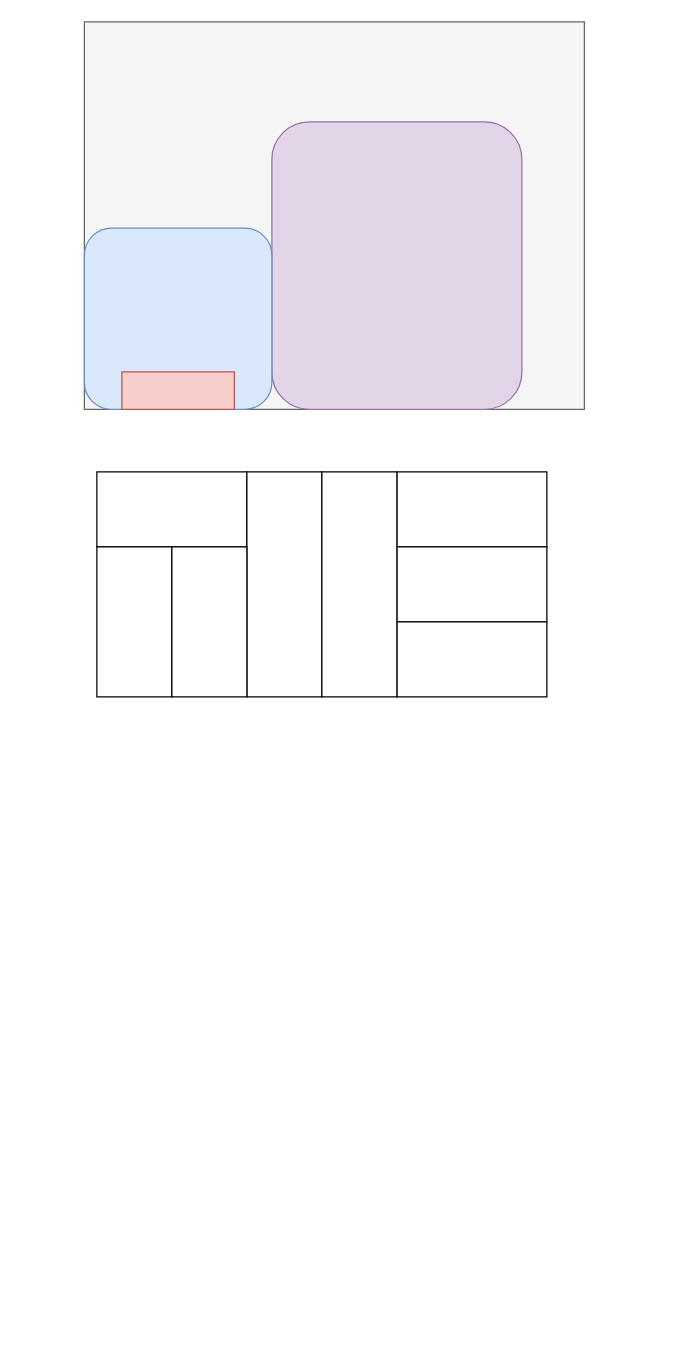
The draw.io diagram testaaaa.drawio in allendang001/charts, before the edit. Source tidied: cells renumbered, new cells numbered last; positions are measured from the earlier drawing's top-left corner, leaving out a move shared by most shapes. Both pictures are drawn from the tidied source at 125%, with x=0, y=0 at pixel (84, 21).
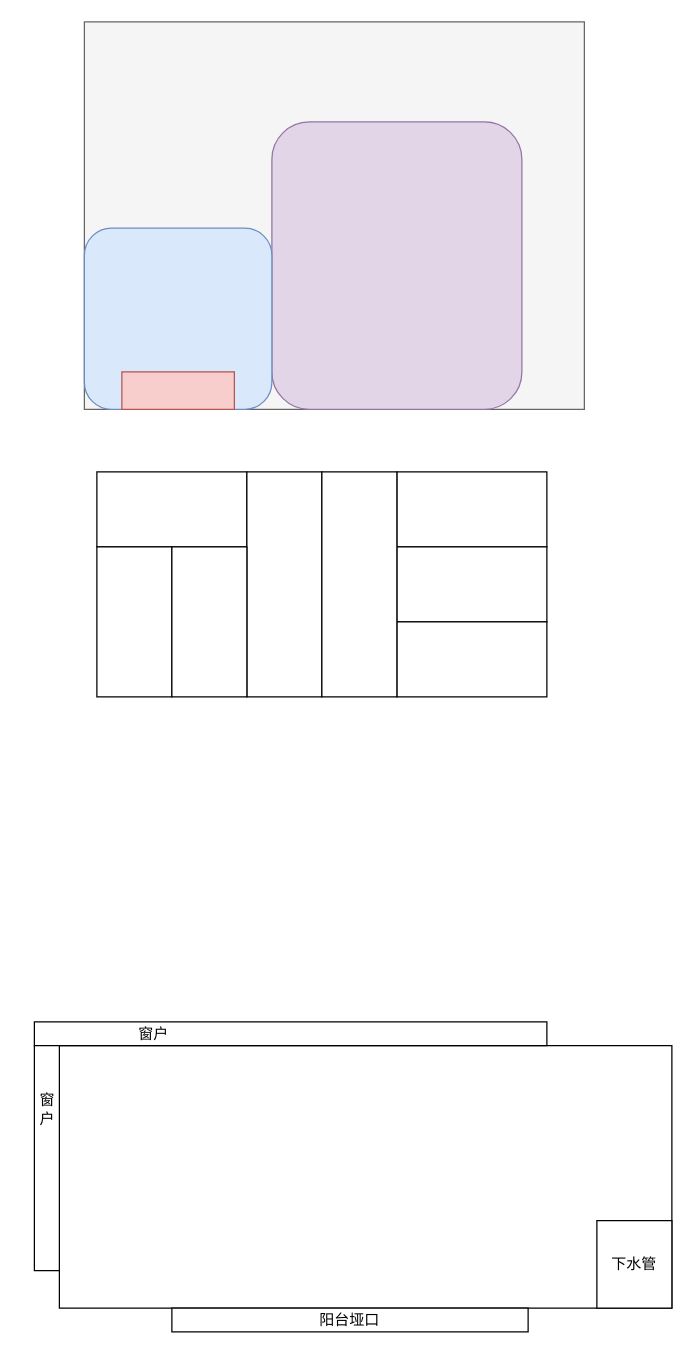
The same diagram, later.

What changed in the source:
```diff
@@
+    <mxCell id="14" style="rounded=0;whiteSpace=wrap;html=1;" parent="1" vertex="1">
+      <mxGeometry x="-20" y="819" width="490" height="210" as="geometry" />
+    </mxCell>
+    <mxCell id="15" value="下水管" style="rounded=0;whiteSpace=wrap;html=1;" parent="1" vertex="1">
+      <mxGeometry x="410" y="959" width="60" height="70" as="geometry" />
+    </mxCell>
+    <mxCell id="16" value="阳台垭口" style="rounded=0;whiteSpace=wrap;html=1;" parent="1" vertex="1">
+      <mxGeometry x="70" y="1029" width="285" height="19" as="geometry" />
+    </mxCell>
+    <mxCell id="17" style="rounded=0;whiteSpace=wrap;html=1;" parent="1" vertex="1">
+      <mxGeometry x="-40" y="800" width="410" height="19" as="geometry" />
+    </mxCell>
+    <mxCell id="18" style="rounded=0;whiteSpace=wrap;html=1;" parent="1" vertex="1">
+      <mxGeometry x="-40" y="819" width="20" height="180" as="geometry" />
+    </mxCell>
+    <mxCell id="19" value="窗户" style="text;html=1;align=center;verticalAlign=middle;strokeColor=none;fillColor=none;" parent="1" vertex="1">
+      <mxGeometry x="30" y="794.5" width="50" height="30" as="geometry" />
+    </mxCell>
+    <mxCell id="20" value="窗&lt;div&gt;户&lt;/div&gt;" style="text;html=1;align=center;verticalAlign=middle;strokeColor=none;fillColor=none;" parent="1" vertex="1">
+      <mxGeometry x="-50" y="850" width="40" height="40" as="geometry" />
+    </mxCell>
```
